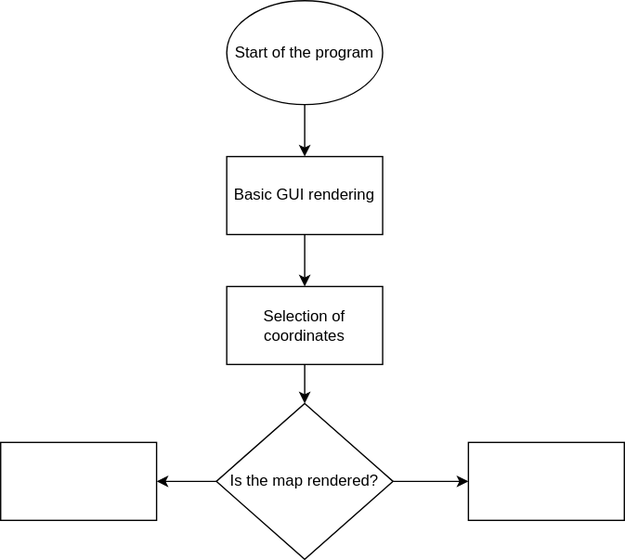
The draw.io diagram world_map.drawio.svg in OndraFoltyn/digital-electronics-1, before a commit. Source tidied: cells renumbered, new cells last; positions are measured from the earlier drawing's top-left corner, leaving out a move shared by most shapes. The source it was exported from:
```xml
<mxGraphModel>
  <root>
    <mxCell id="0" />
    <mxCell id="1" parent="0" />
    <mxCell id="2" style="edgeStyle=orthogonalEdgeStyle;rounded=0;jettySize=auto;html=1;" parent="1" edge="1" source="3" target="5">
      <mxGeometry relative="1" as="geometry" />
    </mxCell>
    <mxCell id="3" value="Start of the program" style="ellipse;whiteSpace=wrap;html=1;" parent="1" vertex="1">
      <mxGeometry x="174" width="120" height="80" as="geometry" />
    </mxCell>
    <mxCell id="4" style="edgeStyle=orthogonalEdgeStyle;rounded=0;jettySize=auto;html=1;" parent="1" edge="1" source="5" target="7">
      <mxGeometry relative="1" as="geometry" />
    </mxCell>
    <mxCell id="5" value="Basic GUI rendering" style="whiteSpace=wrap;html=1;" parent="1" vertex="1">
      <mxGeometry x="174" y="120" width="120" height="60" as="geometry" />
    </mxCell>
    <mxCell id="6" style="edgeStyle=orthogonalEdgeStyle;rounded=0;jettySize=auto;html=1;" parent="1" edge="1" source="7" target="10">
      <mxGeometry relative="1" as="geometry" />
    </mxCell>
    <mxCell id="7" value="Selection of coordinates" style="whiteSpace=wrap;html=1;" parent="1" vertex="1">
      <mxGeometry x="174" y="220" width="120" height="60" as="geometry" />
    </mxCell>
    <mxCell id="8" style="edgeStyle=orthogonalEdgeStyle;rounded=0;jettySize=auto;html=1;" parent="1" edge="1" source="10" target="11">
      <mxGeometry relative="1" as="geometry" />
    </mxCell>
    <mxCell id="9" style="edgeStyle=orthogonalEdgeStyle;rounded=0;jettySize=auto;html=1;" parent="1" edge="1" source="10" target="12">
      <mxGeometry relative="1" as="geometry" />
    </mxCell>
    <mxCell id="10" value="Is the map rendered?" style="rhombus;whiteSpace=wrap;html=1;" parent="1" vertex="1">
      <mxGeometry x="166" y="310" width="136" height="120" as="geometry" />
    </mxCell>
    <mxCell id="11" style="whiteSpace=wrap;html=1;" parent="1" vertex="1">
      <mxGeometry x="360" y="340" width="120" height="60" as="geometry" />
    </mxCell>
    <mxCell id="12" style="whiteSpace=wrap;html=1;" parent="1" vertex="1">
      <mxGeometry y="340" width="120" height="60" as="geometry" />
    </mxCell>
  </root>
</mxGraphModel>
```
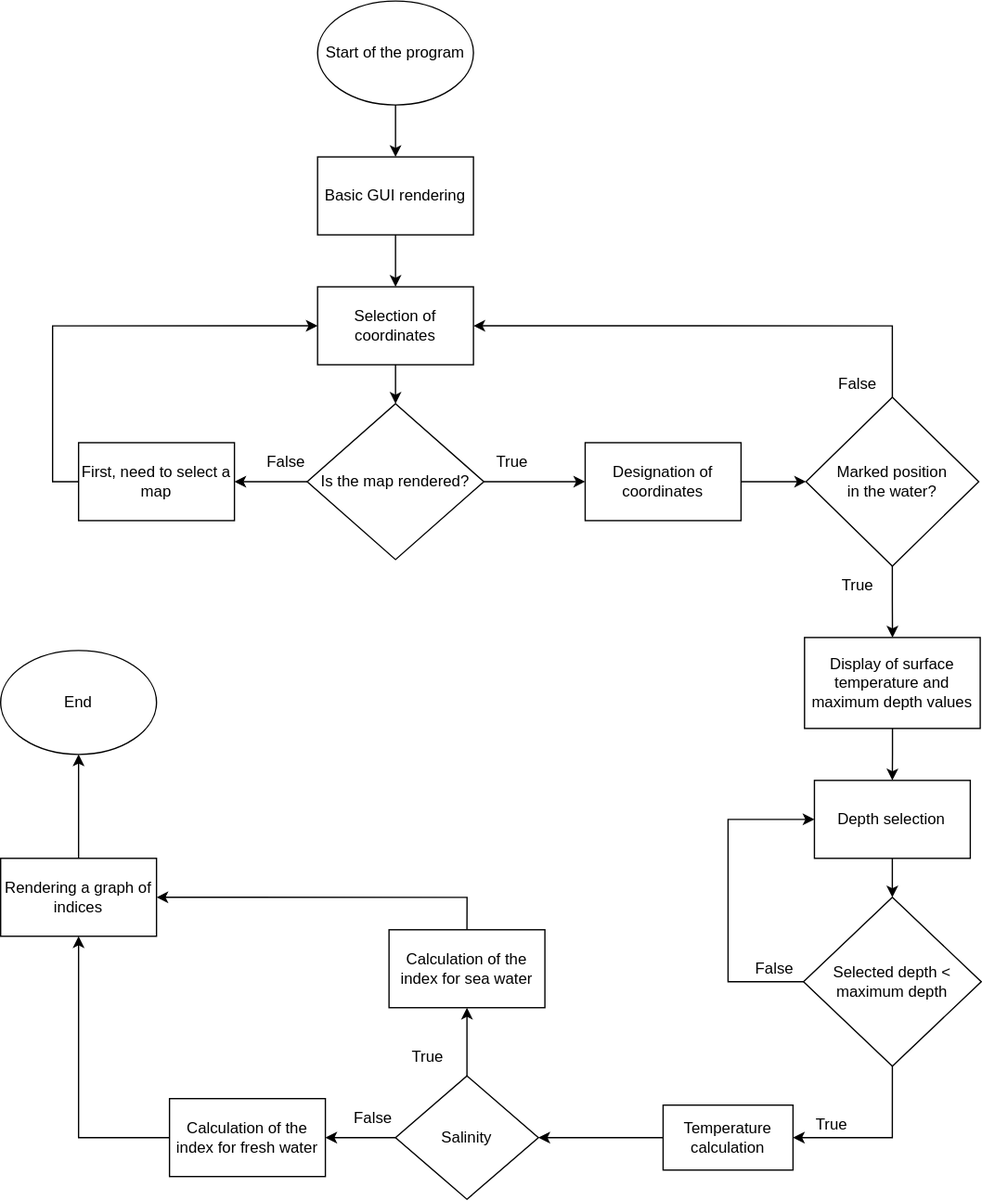
Later version of the same file.

The edit, as a diff of the source:
```diff
@@ -23,17 +23,118 @@
     <mxCell id="8" style="edgeStyle=orthogonalEdgeStyle;rounded=0;jettySize=auto;html=1;" parent="1" edge="1" source="10" target="11">
       <mxGeometry relative="1" as="geometry" />
     </mxCell>
-    <mxCell id="9" style="edgeStyle=orthogonalEdgeStyle;rounded=0;jettySize=auto;html=1;" parent="1" edge="1" source="10" target="12">
+    <mxCell id="9" style="edgeStyle=orthogonalEdgeStyle;rounded=0;jettySize=auto;html=1;" parent="1" edge="1" source="10" target="17">
       <mxGeometry relative="1" as="geometry" />
     </mxCell>
     <mxCell id="10" value="Is the map rendered?" style="rhombus;whiteSpace=wrap;html=1;" parent="1" vertex="1">
       <mxGeometry x="166" y="310" width="136" height="120" as="geometry" />
     </mxCell>
+    <mxCell id="13" style="edgeStyle=orthogonalEdgeStyle;rounded=0;jettySize=auto;html=1;" parent="1" edge="1" source="11" target="20">
+      <mxGeometry relative="1" as="geometry" />
+    </mxCell>
-    <mxCell id="11" style="whiteSpace=wrap;html=1;" parent="1" vertex="1">
-      <mxGeometry x="360" y="340" width="120" height="60" as="geometry" />
+    <mxCell id="11" value="Designation of coordinates" style="whiteSpace=wrap;html=1;" parent="1" vertex="1">
+      <mxGeometry x="380" y="340" width="120" height="60" as="geometry" />
     </mxCell>
-    <mxCell id="12" style="whiteSpace=wrap;html=1;" parent="1" vertex="1">
-      <mxGeometry y="340" width="120" height="60" as="geometry" />
-    </mxCell>
+    <mxCell id="14" value="True" style="text;html=1;strokeColor=none;fillColor=none;align=center;verticalAlign=middle;whiteSpace=wrap;rounded=0;" parent="1" vertex="1">
+      <mxGeometry x="294" y="340" width="60" height="30" as="geometry" />
+    </mxCell>
+    <mxCell id="15" value="False" style="text;html=1;strokeColor=none;fillColor=none;align=center;verticalAlign=middle;whiteSpace=wrap;rounded=0;" parent="1" vertex="1">
+      <mxGeometry x="120" y="340" width="60" height="30" as="geometry" />
+    </mxCell>
+    <mxCell id="16" style="edgeStyle=orthogonalEdgeStyle;rounded=0;jettySize=auto;html=1;exitX=0;exitY=0.5;exitDx=0;exitDy=0;entryX=0;entryY=0.5;entryDx=0;entryDy=0;" parent="1" edge="1" source="17" target="7">
+      <mxGeometry relative="1" as="geometry" />
+    </mxCell>
+    <mxCell id="17" value="First, need to select a map" style="rounded=0;whiteSpace=wrap;html=1;" parent="1" vertex="1">
+      <mxGeometry x="-10" y="340" width="120" height="60" as="geometry" />
+    </mxCell>
+    <mxCell id="18" style="edgeStyle=orthogonalEdgeStyle;rounded=0;jettySize=auto;html=1;exitX=0.5;exitY=0;exitDx=0;exitDy=0;entryX=1;entryY=0.5;entryDx=0;entryDy=0;" parent="1" edge="1" source="20" target="7">
+      <mxGeometry relative="1" as="geometry" />
+    </mxCell>
+    <mxCell id="19" style="edgeStyle=orthogonalEdgeStyle;rounded=0;jettySize=auto;html=1;" parent="1" edge="1" source="20" target="23">
+      <mxGeometry relative="1" as="geometry" />
+    </mxCell>
+    <mxCell id="20" value="Marked position &lt;br&gt;in the water?" style="rhombus;whiteSpace=wrap;html=1;" parent="1" vertex="1">
+      <mxGeometry x="550" y="305" width="133" height="130" as="geometry" />
+    </mxCell>
+    <mxCell id="21" value="False" style="text;html=1;strokeColor=none;fillColor=none;align=center;verticalAlign=middle;whiteSpace=wrap;rounded=0;" parent="1" vertex="1">
+      <mxGeometry x="560" y="280" width="60" height="30" as="geometry" />
+    </mxCell>
+    <mxCell id="22" style="edgeStyle=orthogonalEdgeStyle;rounded=0;jettySize=auto;html=1;" parent="1" edge="1" source="23" target="26">
+      <mxGeometry relative="1" as="geometry" />
+    </mxCell>
+    <mxCell id="23" value="Display of surface temperature and maximum depth values" style="whiteSpace=wrap;html=1;" parent="1" vertex="1">
+      <mxGeometry x="548.9" y="490" width="135.2" height="70" as="geometry" />
+    </mxCell>
+    <mxCell id="24" value="True" style="text;html=1;strokeColor=none;fillColor=none;align=center;verticalAlign=middle;whiteSpace=wrap;rounded=0;" parent="1" vertex="1">
+      <mxGeometry x="560" y="435" width="60" height="30" as="geometry" />
+    </mxCell>
+    <mxCell id="25" style="edgeStyle=orthogonalEdgeStyle;rounded=0;jettySize=auto;html=1;" parent="1" edge="1" source="26" target="29">
+      <mxGeometry relative="1" as="geometry" />
+    </mxCell>
+    <mxCell id="26" value="Depth selection" style="whiteSpace=wrap;html=1;" parent="1" vertex="1">
+      <mxGeometry x="556.5" y="600" width="120" height="60" as="geometry" />
+    </mxCell>
+    <mxCell id="27" style="edgeStyle=orthogonalEdgeStyle;rounded=0;jettySize=auto;html=1;exitX=0;exitY=0.5;exitDx=0;exitDy=0;entryX=0;entryY=0.5;entryDx=0;entryDy=0;" parent="1" edge="1" source="29" target="26">
+      <mxGeometry relative="1" as="geometry">
+        <Array as="points">
+          <mxPoint x="490" y="755" />
+          <mxPoint x="490" y="630" />
+        </Array>
+      </mxGeometry>
+    </mxCell>
+    <mxCell id="28" style="edgeStyle=orthogonalEdgeStyle;rounded=0;jettySize=auto;html=1;exitX=0.5;exitY=1;exitDx=0;exitDy=0;entryX=1;entryY=0.5;entryDx=0;entryDy=0;" parent="1" edge="1" source="29" target="32">
+      <mxGeometry relative="1" as="geometry" />
+    </mxCell>
+    <mxCell id="29" value="Selected depth &amp;lt; &lt;br&gt;maximum depth" style="rhombus;whiteSpace=wrap;html=1;" parent="1" vertex="1">
+      <mxGeometry x="548.1" y="690" width="136.8" height="130" as="geometry" />
+    </mxCell>
+    <mxCell id="30" value="False" style="text;html=1;strokeColor=none;fillColor=none;align=center;verticalAlign=middle;whiteSpace=wrap;rounded=0;" parent="1" vertex="1">
+      <mxGeometry x="496.5" y="730" width="60" height="30" as="geometry" />
+    </mxCell>
+    <mxCell id="31" style="edgeStyle=orthogonalEdgeStyle;rounded=0;jettySize=auto;html=1;" parent="1" edge="1" source="32" target="36">
+      <mxGeometry relative="1" as="geometry" />
+    </mxCell>
+    <mxCell id="32" value="Temperature calculation" style="whiteSpace=wrap;html=1;" parent="1" vertex="1">
+      <mxGeometry x="440" y="850" width="100" height="50" as="geometry" />
+    </mxCell>
+    <mxCell id="33" value="True" style="text;html=1;strokeColor=none;fillColor=none;align=center;verticalAlign=middle;whiteSpace=wrap;rounded=0;" parent="1" vertex="1">
+      <mxGeometry x="540" y="850" width="60" height="30" as="geometry" />
+    </mxCell>
+    <mxCell id="34" style="edgeStyle=orthogonalEdgeStyle;rounded=0;jettySize=auto;html=1;" parent="1" edge="1" source="36" target="38">
+      <mxGeometry relative="1" as="geometry" />
+    </mxCell>
+    <mxCell id="35" style="edgeStyle=orthogonalEdgeStyle;rounded=0;jettySize=auto;html=1;" parent="1" edge="1" source="36" target="40">
+      <mxGeometry relative="1" as="geometry" />
+    </mxCell>
+    <mxCell id="36" value="Salinity" style="rhombus;whiteSpace=wrap;html=1;" parent="1" vertex="1">
+      <mxGeometry x="234" y="827.5" width="110" height="95" as="geometry" />
+    </mxCell>
+    <mxCell id="37" style="edgeStyle=orthogonalEdgeStyle;rounded=0;jettySize=auto;html=1;exitX=0;exitY=0.5;exitDx=0;exitDy=0;entryX=0.5;entryY=1;entryDx=0;entryDy=0;" parent="1" edge="1" source="38" target="44">
+      <mxGeometry relative="1" as="geometry" />
+    </mxCell>
+    <mxCell id="38" value="Calculation of the index for fresh water" style="whiteSpace=wrap;html=1;" parent="1" vertex="1">
+      <mxGeometry x="60" y="845" width="120" height="60" as="geometry" />
+    </mxCell>
+    <mxCell id="39" style="edgeStyle=orthogonalEdgeStyle;rounded=0;jettySize=auto;html=1;exitX=0.5;exitY=0;exitDx=0;exitDy=0;entryX=1;entryY=0.5;entryDx=0;entryDy=0;" parent="1" edge="1" source="40" target="44">
+      <mxGeometry relative="1" as="geometry" />
+    </mxCell>
+    <mxCell id="40" value="Calculation of the index for sea water" style="whiteSpace=wrap;html=1;" parent="1" vertex="1">
+      <mxGeometry x="229" y="715" width="120" height="60" as="geometry" />
+    </mxCell>
+    <mxCell id="41" value="False" style="text;html=1;strokeColor=none;fillColor=none;align=center;verticalAlign=middle;whiteSpace=wrap;rounded=0;" parent="1" vertex="1">
+      <mxGeometry x="190" y="845" width="53.5" height="30" as="geometry" />
+    </mxCell>
+    <mxCell id="42" value="True" style="text;html=1;strokeColor=none;fillColor=none;align=center;verticalAlign=middle;whiteSpace=wrap;rounded=0;" parent="1" vertex="1">
+      <mxGeometry x="229" y="797.5" width="60" height="30" as="geometry" />
+    </mxCell>
+    <mxCell id="43" style="edgeStyle=orthogonalEdgeStyle;rounded=0;jettySize=auto;html=1;exitX=0.5;exitY=0;exitDx=0;exitDy=0;entryX=0.5;entryY=1;entryDx=0;entryDy=0;" parent="1" edge="1" source="44" target="45">
+      <mxGeometry relative="1" as="geometry" />
+    </mxCell>
+    <mxCell id="44" value="Rendering a graph of indices" style="rounded=0;whiteSpace=wrap;html=1;" parent="1" vertex="1">
+      <mxGeometry x="-70" y="660" width="120" height="60" as="geometry" />
+    </mxCell>
+    <mxCell id="45" value="End" style="ellipse;whiteSpace=wrap;html=1;" parent="1" vertex="1">
+      <mxGeometry x="-70" y="500" width="120" height="80" as="geometry" />
+    </mxCell>
   </root>
 </mxGraphModel>
```
